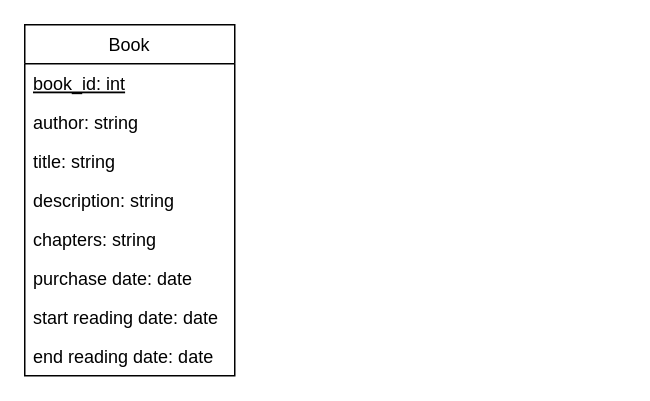
This is page "UML" (3 of 3) of Gerlinde/diagrams.drawio from peru3232/Database-development--Day1, a draw.io file, before an edit. Source tidied: cells renumbered, new cells numbered last; positions are measured from the earlier drawing's top-left corner, leaving out a move shared by most shapes. Both pictures are drawn from the tidied source at 150%, with x=0, y=0 at pixel (24, 24).
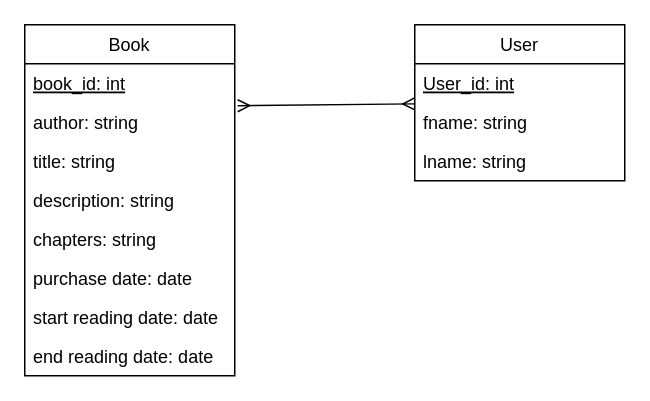
Above is the later version.

The edit, as a diff of the source:
```diff
@@
 <mxGraphModel>
   <root>
     <mxCell id="0" />
     <mxCell id="1" parent="0" />
     <mxCell id="2" value="Book" style="swimlane;fontStyle=0;horizontal=1;startSize=26;fillColor=none;" parent="1" vertex="1">
       <mxGeometry width="140" height="234" as="geometry" />
     </mxCell>
     <mxCell id="3" value="book_id: int" style="text;strokeColor=none;fillColor=none;align=left;verticalAlign=top;spacingLeft=4;spacingRight=4;overflow=hidden;fontStyle=4;" parent="2" vertex="1">
       <mxGeometry y="26" width="140" height="26" as="geometry" />
     </mxCell>
     <mxCell id="4" value="author: string" style="text;strokeColor=none;fillColor=none;align=left;verticalAlign=top;spacingLeft=4;spacingRight=4;overflow=hidden;points=[[0,0.5],[1,0.5]];portConstraint=eastwest;" parent="2" vertex="1">
       <mxGeometry y="52" width="140" height="26" as="geometry" />
     </mxCell>
     <mxCell id="5" value="title: string" style="text;strokeColor=none;fillColor=none;align=left;verticalAlign=top;spacingLeft=4;spacingRight=4;overflow=hidden;" parent="2" vertex="1">
       <mxGeometry y="78" width="140" height="26" as="geometry" />
     </mxCell>
     <mxCell id="6" value="description: string" style="text;strokeColor=none;fillColor=none;align=left;verticalAlign=top;spacingLeft=4;spacingRight=4;overflow=hidden;" parent="2" vertex="1">
       <mxGeometry y="104" width="140" height="26" as="geometry" />
     </mxCell>
     <mxCell id="7" value="chapters: string" style="text;strokeColor=none;fillColor=none;align=left;verticalAlign=top;spacingLeft=4;spacingRight=4;overflow=hidden;" parent="2" vertex="1">
       <mxGeometry y="130" width="140" height="26" as="geometry" />
     </mxCell>
     <mxCell id="8" value="purchase date: date" style="text;strokeColor=none;fillColor=none;align=left;verticalAlign=top;spacingLeft=4;spacingRight=4;overflow=hidden;" parent="2" vertex="1">
       <mxGeometry y="156" width="140" height="26" as="geometry" />
     </mxCell>
     <mxCell id="9" value="start reading date: date" style="text;strokeColor=none;fillColor=none;align=left;verticalAlign=top;spacingLeft=4;spacingRight=4;overflow=hidden;" parent="2" vertex="1">
       <mxGeometry y="182" width="140" height="26" as="geometry" />
     </mxCell>
     <mxCell id="10" value="end reading date: date" style="text;strokeColor=none;fillColor=none;align=left;verticalAlign=top;spacingLeft=4;spacingRight=4;overflow=hidden;" parent="2" vertex="1">
       <mxGeometry y="208" width="140" height="26" as="geometry" />
     </mxCell>
+    <mxCell id="11" style="edgeStyle=none;html=1;entryX=1.014;entryY=0.077;entryDx=0;entryDy=0;entryPerimeter=0;startArrow=ERmany;startFill=0;endArrow=ERmany;endFill=0;" parent="1" edge="1" source="12" target="4">
+      <mxGeometry relative="1" as="geometry" />
+    </mxCell>
+    <mxCell id="12" value="User" style="swimlane;fontStyle=0;horizontal=1;startSize=26;fillColor=none;" parent="1" vertex="1">
+      <mxGeometry x="260" width="140" height="104" as="geometry" />
+    </mxCell>
+    <mxCell id="13" value="User_id: int" style="text;strokeColor=none;fillColor=none;align=left;verticalAlign=top;spacingLeft=4;spacingRight=4;overflow=hidden;fontStyle=4;" parent="12" vertex="1">
+      <mxGeometry y="26" width="140" height="26" as="geometry" />
+    </mxCell>
+    <mxCell id="14" value="fname: string" style="text;strokeColor=none;fillColor=none;align=left;verticalAlign=top;spacingLeft=4;spacingRight=4;overflow=hidden;" parent="12" vertex="1">
+      <mxGeometry y="52" width="140" height="26" as="geometry" />
+    </mxCell>
+    <mxCell id="15" value="lname: string" style="text;strokeColor=none;fillColor=none;align=left;verticalAlign=top;spacingLeft=4;spacingRight=4;overflow=hidden;" parent="12" vertex="1">
+      <mxGeometry y="78" width="140" height="26" as="geometry" />
+    </mxCell>
   </root>
 </mxGraphModel>
```
